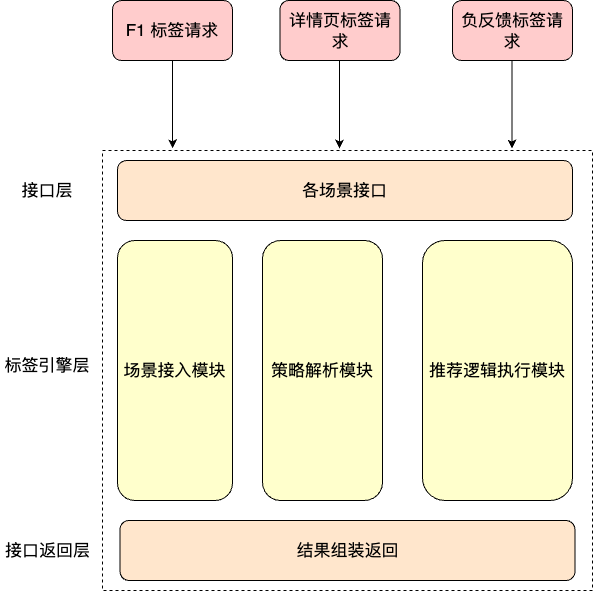
The draw.io diagram work-draw-file/标签引擎架构图.png in liujunao/draw-data, before a commit. Source tidied: cells renumbered, new cells last; positions are measured from the earlier drawing's top-left corner, leaving out a move shared by most shapes. Source of this version:
```xml
<mxGraphModel>
  <root>
    <mxCell id="0" />
    <mxCell id="1" parent="0" />
    <mxCell id="2" style="rounded=0;whiteSpace=wrap;html=1;dashed=1;" parent="1" vertex="1">
      <mxGeometry x="102" y="150" width="490" height="440" as="geometry" />
    </mxCell>
    <mxCell id="3" value="&lt;font size=&quot;3&quot;&gt;F1 标签请求&lt;/font&gt;" style="rounded=1;whiteSpace=wrap;html=1;fillColor=#FFCCCC;" parent="1" vertex="1">
      <mxGeometry x="112" width="120" height="60" as="geometry" />
    </mxCell>
    <mxCell id="4" value="&lt;font size=&quot;3&quot;&gt;详情页标签请求&lt;/font&gt;" style="rounded=1;whiteSpace=wrap;html=1;fillColor=#FFCCCC;" parent="1" vertex="1">
      <mxGeometry x="279.5" width="120" height="60" as="geometry" />
    </mxCell>
    <mxCell id="5" value="&lt;font size=&quot;3&quot;&gt;负反馈标签请求&lt;/font&gt;" style="rounded=1;whiteSpace=wrap;html=1;fillColor=#FFCCCC;" parent="1" vertex="1">
      <mxGeometry x="452" width="120" height="60" as="geometry" />
    </mxCell>
    <mxCell id="6" value="&lt;font size=&quot;3&quot;&gt;场景接入模块&lt;/font&gt;" style="rounded=1;whiteSpace=wrap;html=1;fillColor=#FFFFCC;" parent="1" vertex="1">
      <mxGeometry x="117" y="240" width="115" height="260" as="geometry" />
    </mxCell>
    <mxCell id="7" value="&lt;font size=&quot;3&quot;&gt;策略解析模块&lt;/font&gt;" style="rounded=1;whiteSpace=wrap;html=1;fillColor=#FFFFCC;" parent="1" vertex="1">
      <mxGeometry x="262" y="240" width="120" height="260" as="geometry" />
    </mxCell>
    <mxCell id="8" value="&lt;font size=&quot;3&quot;&gt;推荐逻辑执行模块&lt;/font&gt;" style="rounded=1;whiteSpace=wrap;html=1;fillColor=#FFFFCC;" parent="1" vertex="1">
      <mxGeometry x="422" y="240" width="150" height="260" as="geometry" />
    </mxCell>
    <mxCell id="9" value="&lt;font size=&quot;3&quot;&gt;各场景接口&lt;/font&gt;" style="rounded=1;whiteSpace=wrap;html=1;fillColor=#FFE6CC;" parent="1" vertex="1">
      <mxGeometry x="117" y="160" width="455" height="60" as="geometry" />
    </mxCell>
    <mxCell id="10" value="&lt;font size=&quot;3&quot;&gt;结果组装返回&lt;/font&gt;" style="rounded=1;whiteSpace=wrap;html=1;fillColor=#FFE6CC;" parent="1" vertex="1">
      <mxGeometry x="119.5" y="520" width="455" height="60" as="geometry" />
    </mxCell>
    <mxCell id="11" style="endArrow=classic;html=1;rounded=0;exitX=0.5;exitY=1;exitDx=0;exitDy=0;entryX=0.143;entryY=-0.005;entryDx=0;entryDy=0;entryPerimeter=0;" parent="1" edge="1" source="3" target="2">
      <mxGeometry relative="1" as="geometry" />
    </mxCell>
    <mxCell id="12" style="endArrow=classic;html=1;rounded=0;exitX=0.5;exitY=1;exitDx=0;exitDy=0;entryX=0.143;entryY=-0.005;entryDx=0;entryDy=0;entryPerimeter=0;" parent="1" edge="1">
      <mxGeometry relative="1" as="geometry">
        <mxPoint x="339" y="60" as="sourcePoint" />
        <mxPoint x="339" y="148" as="targetPoint" />
      </mxGeometry>
    </mxCell>
    <mxCell id="13" style="endArrow=classic;html=1;rounded=0;exitX=0.5;exitY=1;exitDx=0;exitDy=0;entryX=0.143;entryY=-0.005;entryDx=0;entryDy=0;entryPerimeter=0;" parent="1" edge="1">
      <mxGeometry relative="1" as="geometry">
        <mxPoint x="511.5" y="60" as="sourcePoint" />
        <mxPoint x="511.5" y="148" as="targetPoint" />
      </mxGeometry>
    </mxCell>
    <mxCell id="14" value="&lt;font size=&quot;3&quot;&gt;接口层&lt;/font&gt;" style="text;html=1;strokeColor=none;fillColor=none;align=center;verticalAlign=middle;whiteSpace=wrap;rounded=0;" parent="1" vertex="1">
      <mxGeometry x="17" y="175" width="60" height="30" as="geometry" />
    </mxCell>
    <mxCell id="15" value="&lt;font size=&quot;3&quot;&gt;标签引擎层&lt;/font&gt;" style="text;html=1;strokeColor=none;fillColor=none;align=center;verticalAlign=middle;whiteSpace=wrap;rounded=0;" parent="1" vertex="1">
      <mxGeometry x="2" y="350" width="90" height="30" as="geometry" />
    </mxCell>
    <mxCell id="16" value="&lt;font size=&quot;3&quot;&gt;接口返回层&lt;/font&gt;" style="text;html=1;strokeColor=none;fillColor=none;align=center;verticalAlign=middle;whiteSpace=wrap;rounded=0;" parent="1" vertex="1">
      <mxGeometry x="-0.5" y="535" width="95" height="30" as="geometry" />
    </mxCell>
  </root>
</mxGraphModel>
```
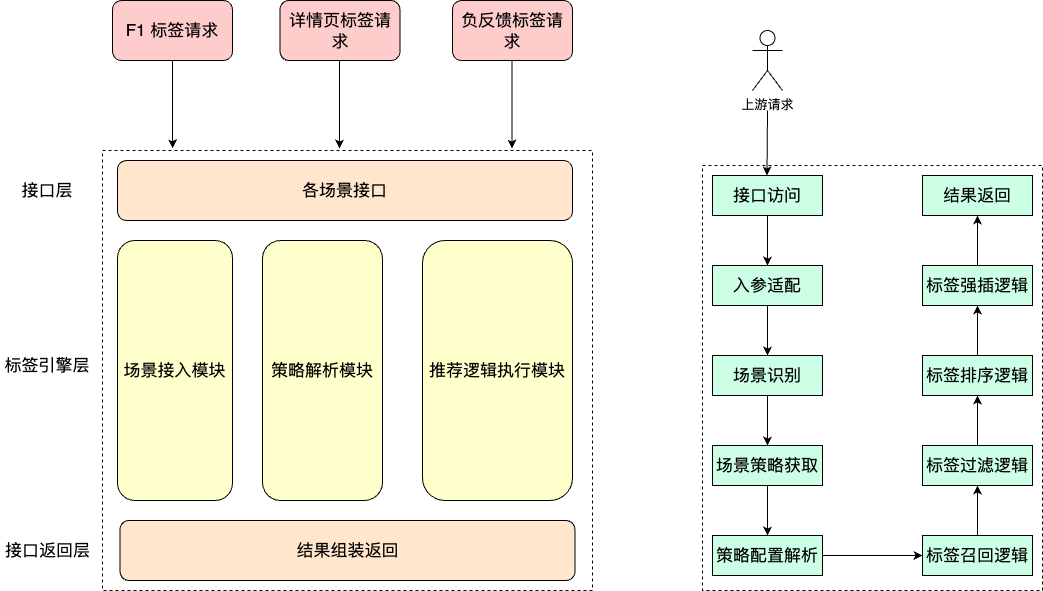
The same diagram one commit later.

Commit message:
更新标签引擎架构图.png

The edit, as a diff of the source:
```diff
@@ -2,6 +2,9 @@
   <root>
     <mxCell id="0" />
     <mxCell id="1" parent="0" />
+    <mxCell id="17" style="rounded=0;whiteSpace=wrap;html=1;dashed=1;" parent="1" vertex="1">
+      <mxGeometry x="702" y="165" width="340" height="425" as="geometry" />
+    </mxCell>
     <mxCell id="2" style="rounded=0;whiteSpace=wrap;html=1;dashed=1;" parent="1" vertex="1">
       <mxGeometry x="102" y="150" width="490" height="440" as="geometry" />
     </mxCell>
@@ -53,5 +56,71 @@
     <mxCell id="16" value="&lt;font size=&quot;3&quot;&gt;接口返回层&lt;/font&gt;" style="text;html=1;strokeColor=none;fillColor=none;align=center;verticalAlign=middle;whiteSpace=wrap;rounded=0;" parent="1" vertex="1">
       <mxGeometry x="-0.5" y="535" width="95" height="30" as="geometry" />
     </mxCell>
+    <mxCell id="18" style="edgeStyle=orthogonalEdgeStyle;rounded=0;jettySize=auto;html=1;exitX=0.5;exitY=1;exitDx=0;exitDy=0;" parent="1" edge="1" source="19" target="21">
+      <mxGeometry relative="1" as="geometry" />
+    </mxCell>
+    <mxCell id="19" value="&lt;font size=&quot;3&quot;&gt;接口访问&lt;/font&gt;" style="rounded=0;whiteSpace=wrap;html=1;fillColor=#CCFFE6;" parent="1" vertex="1">
+      <mxGeometry x="712" y="175" width="110" height="40" as="geometry" />
+    </mxCell>
+    <mxCell id="20" style="edgeStyle=orthogonalEdgeStyle;rounded=0;jettySize=auto;html=1;exitX=0.5;exitY=1;exitDx=0;exitDy=0;entryX=0.5;entryY=0;entryDx=0;entryDy=0;" parent="1" edge="1" source="21" target="23">
+      <mxGeometry relative="1" as="geometry" />
+    </mxCell>
+    <mxCell id="21" value="&lt;font size=&quot;3&quot;&gt;入参适配&lt;/font&gt;" style="rounded=0;whiteSpace=wrap;html=1;fillColor=#CCFFE6;" parent="1" vertex="1">
+      <mxGeometry x="712" y="265" width="110" height="40" as="geometry" />
+    </mxCell>
+    <mxCell id="22" style="edgeStyle=orthogonalEdgeStyle;rounded=0;jettySize=auto;html=1;exitX=0.5;exitY=1;exitDx=0;exitDy=0;entryX=0.5;entryY=0;entryDx=0;entryDy=0;" parent="1" edge="1" source="23" target="25">
+      <mxGeometry relative="1" as="geometry" />
+    </mxCell>
+    <mxCell id="23" value="&lt;font size=&quot;3&quot;&gt;场景识别&lt;/font&gt;" style="rounded=0;whiteSpace=wrap;html=1;fillColor=#CCFFE6;" parent="1" vertex="1">
+      <mxGeometry x="712" y="355" width="110" height="40" as="geometry" />
+    </mxCell>
+    <mxCell id="24" style="edgeStyle=orthogonalEdgeStyle;rounded=0;jettySize=auto;html=1;exitX=0.5;exitY=1;exitDx=0;exitDy=0;entryX=0.5;entryY=0;entryDx=0;entryDy=0;" parent="1" edge="1" source="25" target="27">
+      <mxGeometry relative="1" as="geometry" />
+    </mxCell>
+    <mxCell id="25" value="&lt;font size=&quot;3&quot;&gt;场景策略获取&lt;/font&gt;" style="rounded=0;whiteSpace=wrap;html=1;fillColor=#CCFFE6;" parent="1" vertex="1">
+      <mxGeometry x="712" y="445" width="110" height="40" as="geometry" />
+    </mxCell>
+    <mxCell id="26" style="edgeStyle=orthogonalEdgeStyle;rounded=0;jettySize=auto;html=1;exitX=1;exitY=0.5;exitDx=0;exitDy=0;" parent="1" edge="1" source="27" target="29">
+      <mxGeometry relative="1" as="geometry" />
+    </mxCell>
+    <mxCell id="27" value="&lt;font size=&quot;3&quot;&gt;策略配置解析&lt;/font&gt;" style="rounded=0;whiteSpace=wrap;html=1;fillColor=#CCFFE6;" parent="1" vertex="1">
+      <mxGeometry x="712" y="535" width="110" height="40" as="geometry" />
+    </mxCell>
+    <mxCell id="28" style="edgeStyle=orthogonalEdgeStyle;rounded=0;jettySize=auto;html=1;exitX=0.5;exitY=0;exitDx=0;exitDy=0;entryX=0.5;entryY=1;entryDx=0;entryDy=0;" parent="1" edge="1" source="29" target="31">
+      <mxGeometry relative="1" as="geometry" />
+    </mxCell>
+    <mxCell id="29" value="&lt;font size=&quot;3&quot;&gt;标签召回逻辑&lt;/font&gt;" style="rounded=0;whiteSpace=wrap;html=1;fillColor=#CCFFE6;" parent="1" vertex="1">
+      <mxGeometry x="922" y="535" width="110" height="40" as="geometry" />
+    </mxCell>
+    <mxCell id="30" style="edgeStyle=orthogonalEdgeStyle;rounded=0;jettySize=auto;html=1;exitX=0.5;exitY=0;exitDx=0;exitDy=0;entryX=0.5;entryY=1;entryDx=0;entryDy=0;" parent="1" edge="1" source="31" target="33">
+      <mxGeometry relative="1" as="geometry" />
+    </mxCell>
+    <mxCell id="31" value="&lt;font size=&quot;3&quot;&gt;标签过滤逻辑&lt;/font&gt;" style="rounded=0;whiteSpace=wrap;html=1;fillColor=#CCFFE6;" parent="1" vertex="1">
+      <mxGeometry x="922" y="445" width="110" height="40" as="geometry" />
+    </mxCell>
+    <mxCell id="32" style="edgeStyle=orthogonalEdgeStyle;rounded=0;jettySize=auto;html=1;exitX=0.5;exitY=0;exitDx=0;exitDy=0;entryX=0.5;entryY=1;entryDx=0;entryDy=0;" parent="1" edge="1" source="33" target="35">
+      <mxGeometry relative="1" as="geometry" />
+    </mxCell>
+    <mxCell id="33" value="&lt;font size=&quot;3&quot;&gt;标签排序逻辑&lt;/font&gt;" style="rounded=0;whiteSpace=wrap;html=1;fillColor=#CCFFE6;" parent="1" vertex="1">
+      <mxGeometry x="922" y="355" width="110" height="40" as="geometry" />
+    </mxCell>
+    <mxCell id="34" style="edgeStyle=orthogonalEdgeStyle;rounded=0;jettySize=auto;html=1;exitX=0.5;exitY=0;exitDx=0;exitDy=0;entryX=0.5;entryY=1;entryDx=0;entryDy=0;" parent="1" edge="1" source="35" target="36">
+      <mxGeometry relative="1" as="geometry" />
+    </mxCell>
+    <mxCell id="35" value="&lt;font size=&quot;3&quot;&gt;标签强插逻辑&lt;/font&gt;" style="rounded=0;whiteSpace=wrap;html=1;fillColor=#CCFFE6;" parent="1" vertex="1">
+      <mxGeometry x="922" y="265" width="110" height="40" as="geometry" />
+    </mxCell>
+    <mxCell id="36" value="&lt;font size=&quot;3&quot;&gt;结果返回&lt;/font&gt;" style="rounded=0;whiteSpace=wrap;html=1;fillColor=#CCFFE6;" parent="1" vertex="1">
+      <mxGeometry x="922" y="175" width="110" height="40" as="geometry" />
+    </mxCell>
+    <mxCell id="37" value="上游请求" style="shape=umlActor;verticalLabelPosition=bottom;verticalAlign=top;html=1;" parent="1" vertex="1">
+      <mxGeometry x="752" y="30" width="30" height="60" as="geometry" />
+    </mxCell>
+    <mxCell id="38" style="endArrow=classic;html=1;rounded=0;" parent="1" edge="1">
+      <mxGeometry relative="1" as="geometry">
+        <mxPoint x="767" y="110" as="sourcePoint" />
+        <mxPoint x="766.5" y="175" as="targetPoint" />
+      </mxGeometry>
+    </mxCell>
   </root>
 </mxGraphModel>
```
